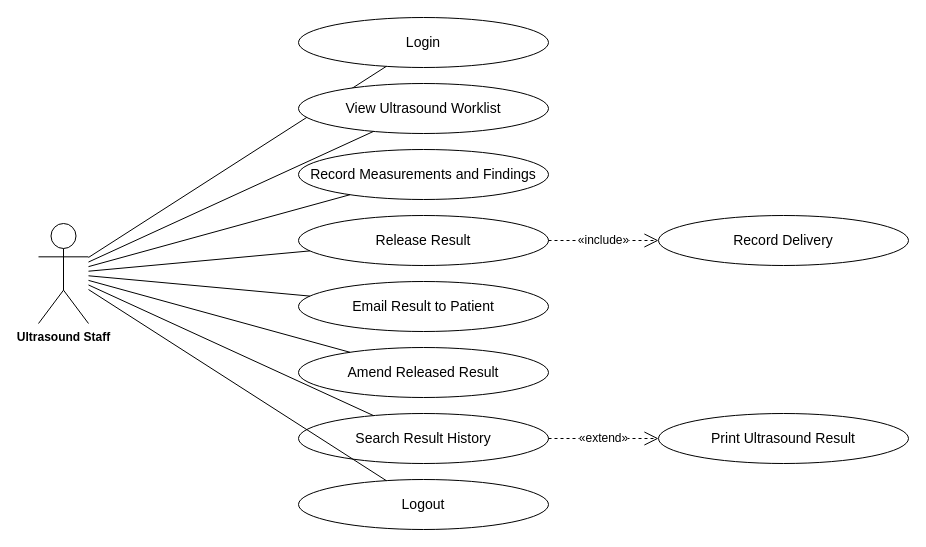
Earlier version of the draw.io diagram page "Ultrasound Staff" (6 of 8) of docs/diagrams/usecases.drawio (steven23lz/Enlogada-Clinic-Management-System). Source tidied: cells renumbered, new cells numbered last; positions are measured from the earlier drawing's top-left corner, leaving out a move shared by most shapes. Both pictures are drawn from the tidied source at 100%, with x=0, y=0 at pixel (38, 17).
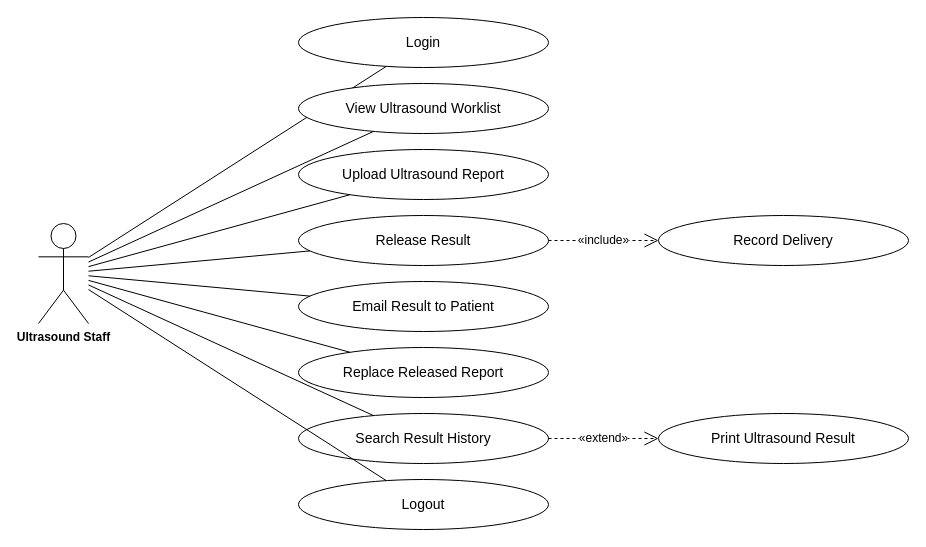
Above is the later version.

The edit, as a diff of the source:
```diff
@@
-    <mxCell id="7" value="Record Measurements and Findings" style="ellipse;whiteSpace=wrap;html=1;fontFamily=Helvetica;fontSize=14;fontColor=#000000;strokeColor=#000000;" parent="1" vertex="1">
+    <mxCell id="7" value="Upload Ultrasound Report" style="ellipse;whiteSpace=wrap;html=1;fontFamily=Helvetica;fontSize=14;fontColor=#000000;strokeColor=#000000;" parent="1" vertex="1">
       <mxGeometry x="260" y="132" width="250" height="50" as="geometry" />
     </mxCell>
@@
-    <mxCell id="13" value="Amend Released Result" style="ellipse;whiteSpace=wrap;html=1;fontFamily=Helvetica;fontSize=14;fontColor=#000000;strokeColor=#000000;" parent="1" vertex="1">
+    <mxCell id="13" value="Replace Released Report" style="ellipse;whiteSpace=wrap;html=1;fontFamily=Helvetica;fontSize=14;fontColor=#000000;strokeColor=#000000;" parent="1" vertex="1">
       <mxGeometry x="260" y="330" width="250" height="50" as="geometry" />
     </mxCell>
```
